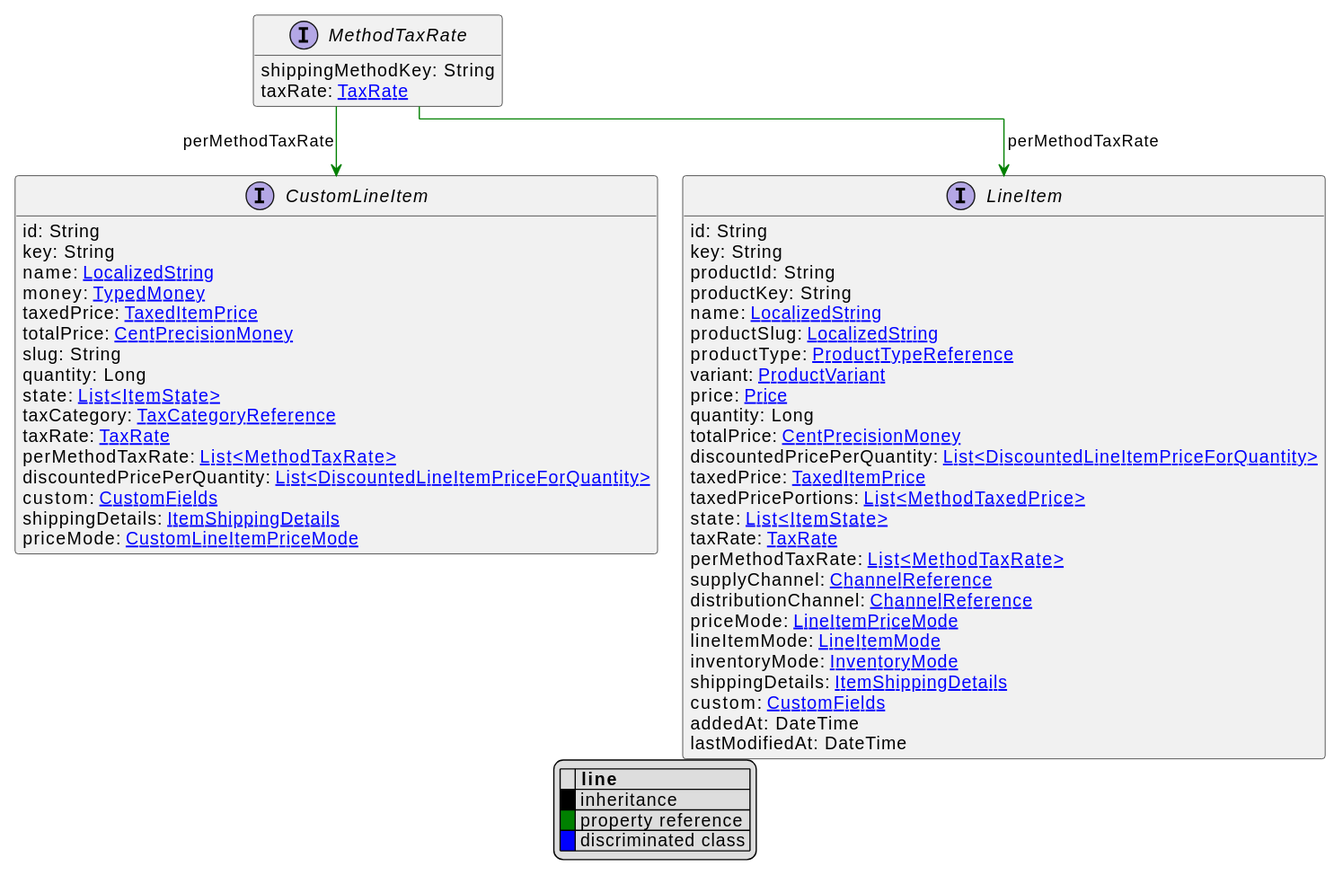
commercetools/commercetools-api-reference keeps this PlantUML diagram as uml/api/svg/MethodTaxRate.svg. Above is the earlier version.
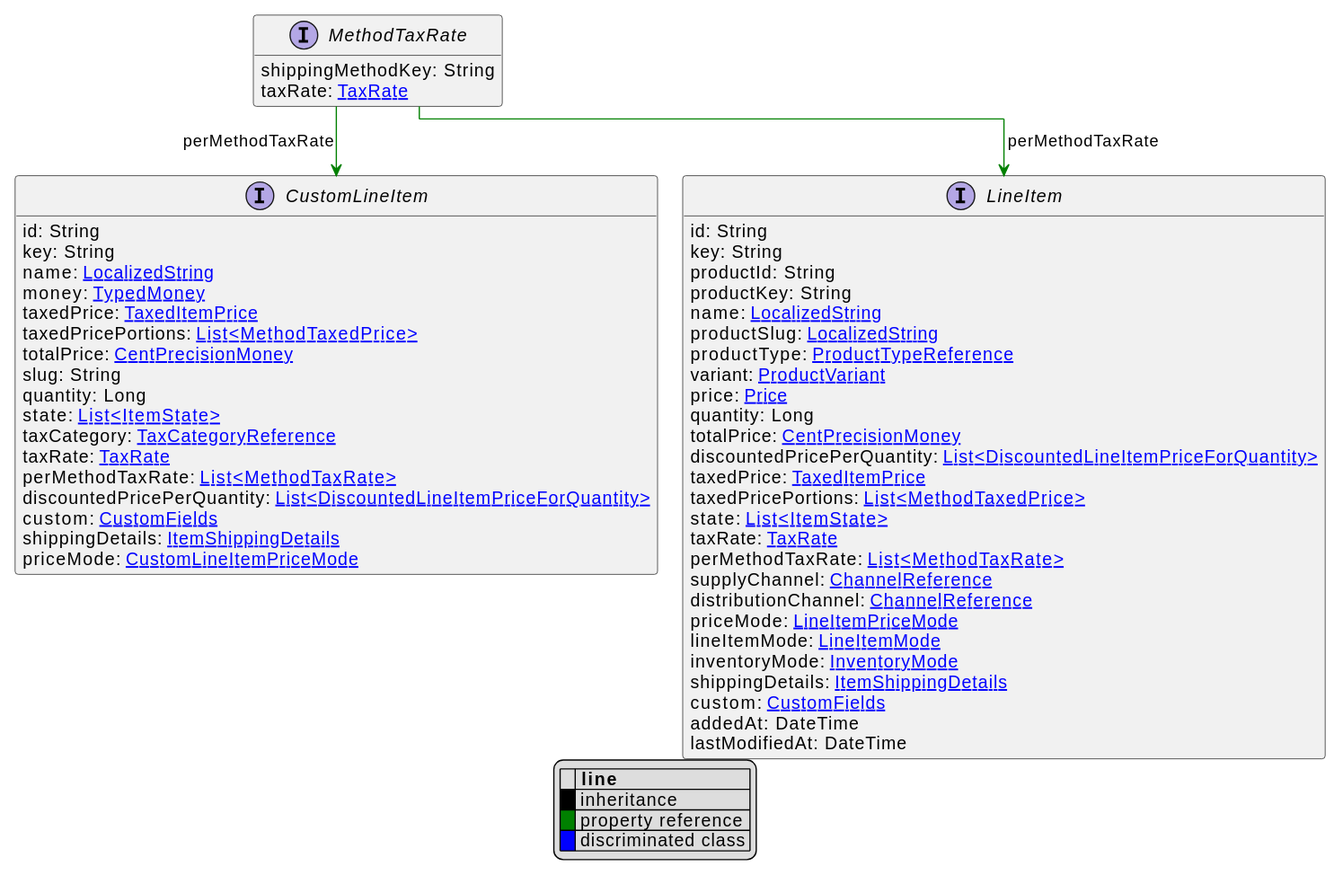
Later version of the same file.

What changed in the source:
```diff
@@ -21,6 +21,7 @@
     name: [[LocalizedString.svg LocalizedString]]
     money: [[TypedMoney.svg TypedMoney]]
     taxedPrice: [[TaxedItemPrice.svg TaxedItemPrice]]
+    taxedPricePortions: [[MethodTaxedPrice.svg List<MethodTaxedPrice>]]
     totalPrice: [[CentPrecisionMoney.svg CentPrecisionMoney]]
     slug: String
     quantity: Long
```
